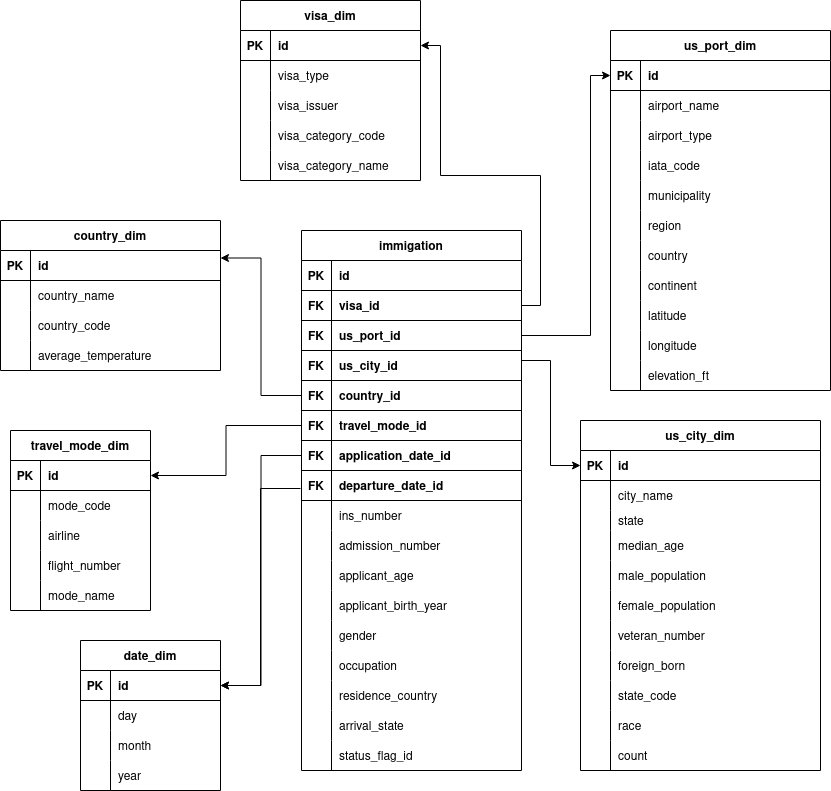
Above: assets/datawarehouse_design.png in trantuanngoc/us_immigration_data_engineering (draw.io), before the change. Source tidied: cells renumbered, new cells last; positions are measured from the earlier drawing's top-left corner, leaving out a move shared by most shapes.
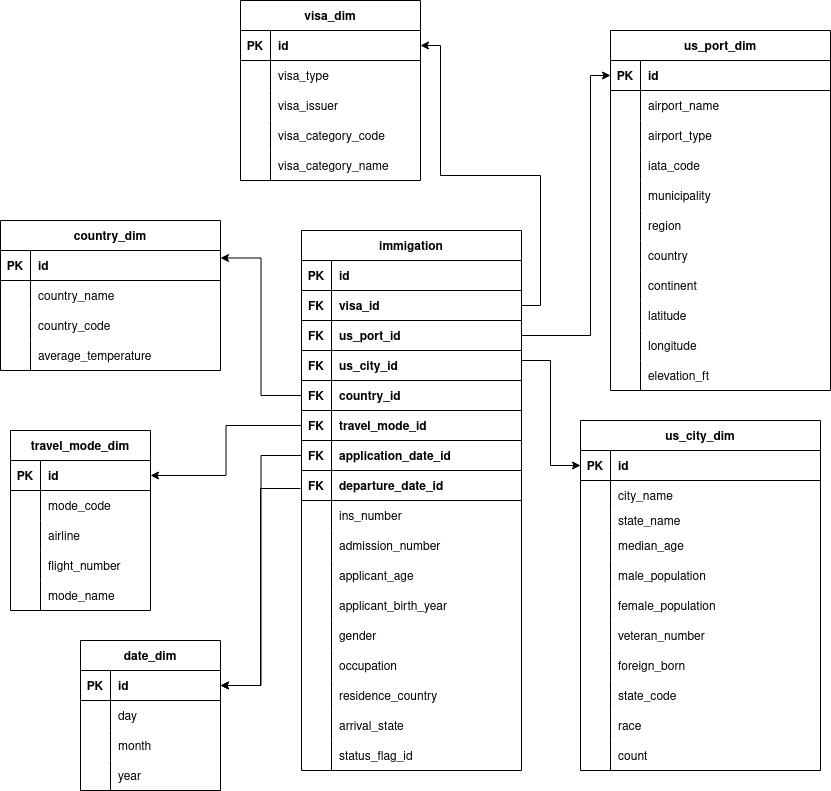
After the change.

The edit, as a diff of the source:
```diff
@@ -482,7 +482,7 @@
     <mxCell id="157" style="shape=partialRectangle;overflow=hidden;fillColor=none;strokeColor=inherit;top=0;left=0;bottom=0;right=0;fontStyle=0;" parent="156" vertex="1">
       <mxGeometry width="30" height="20" as="geometry" />
     </mxCell>
-    <mxCell id="158" value="state " style="shape=partialRectangle;overflow=hidden;fillColor=none;align=left;strokeColor=inherit;top=0;left=0;bottom=0;right=0;spacingLeft=6;fontStyle=0;" parent="156" vertex="1">
+    <mxCell id="158" value="state_name " style="shape=partialRectangle;overflow=hidden;fillColor=none;align=left;strokeColor=inherit;top=0;left=0;bottom=0;right=0;spacingLeft=6;fontStyle=0;" parent="156" vertex="1">
       <mxGeometry x="30" width="210" height="20" as="geometry" />
     </mxCell>
     <mxCell id="159" style="shape=tableRow;horizontal=0;startSize=0;swimlaneHead=0;swimlaneBody=0;fillColor=none;strokeColor=inherit;top=0;left=0;right=0;bottom=0;fontStyle=0;" parent="149" vertex="1">
```
